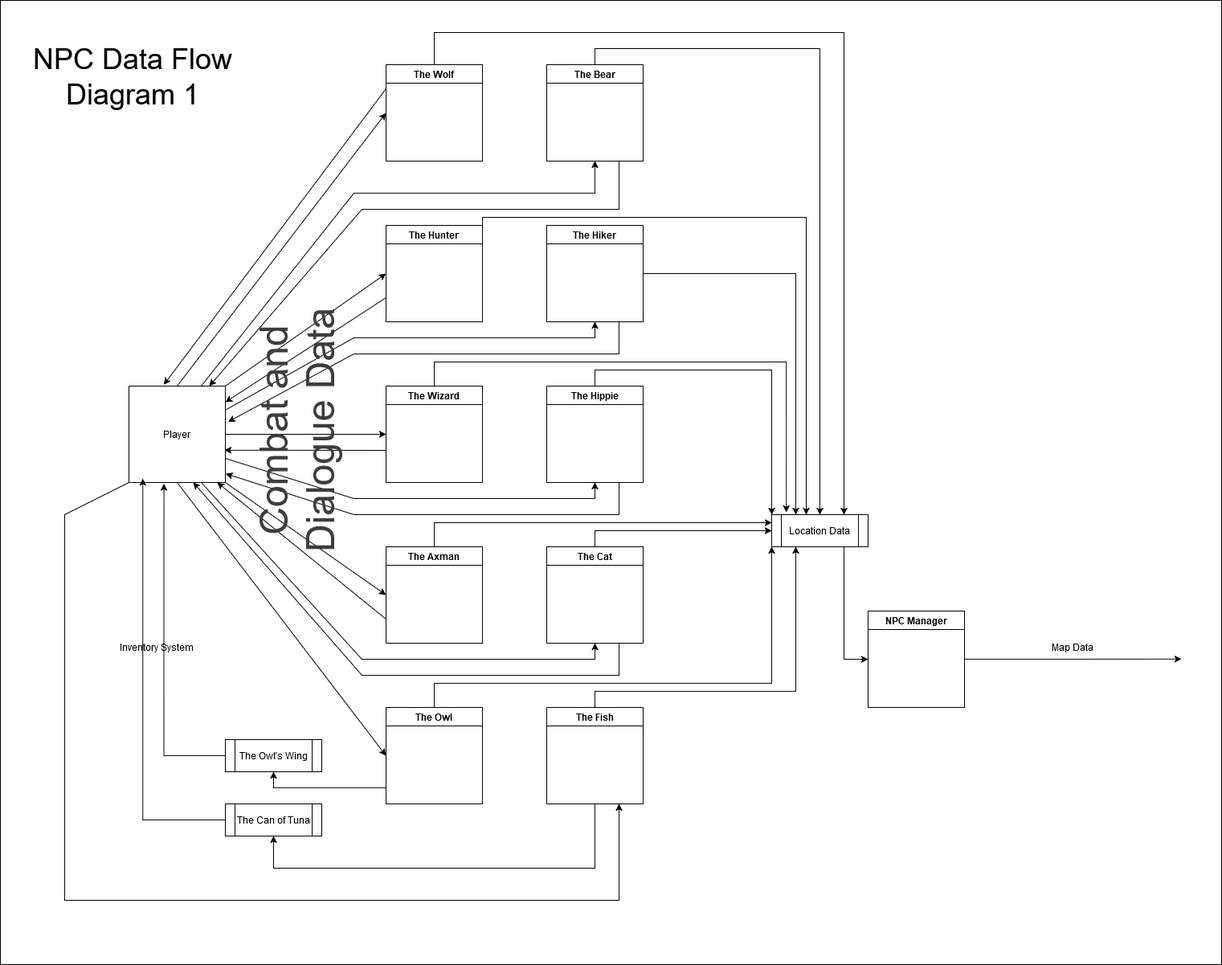
The draw.io diagram Docs/tl2/Todd Carter Works/Todd_Carter_NPC_Data_Flow_Diagram_Level_1.png in GreenSkyGames/Breaking-Red, before a commit. Source tidied: cells renumbered, new cells last; positions are measured from the earlier drawing's top-left corner, leaving out a move shared by most shapes.
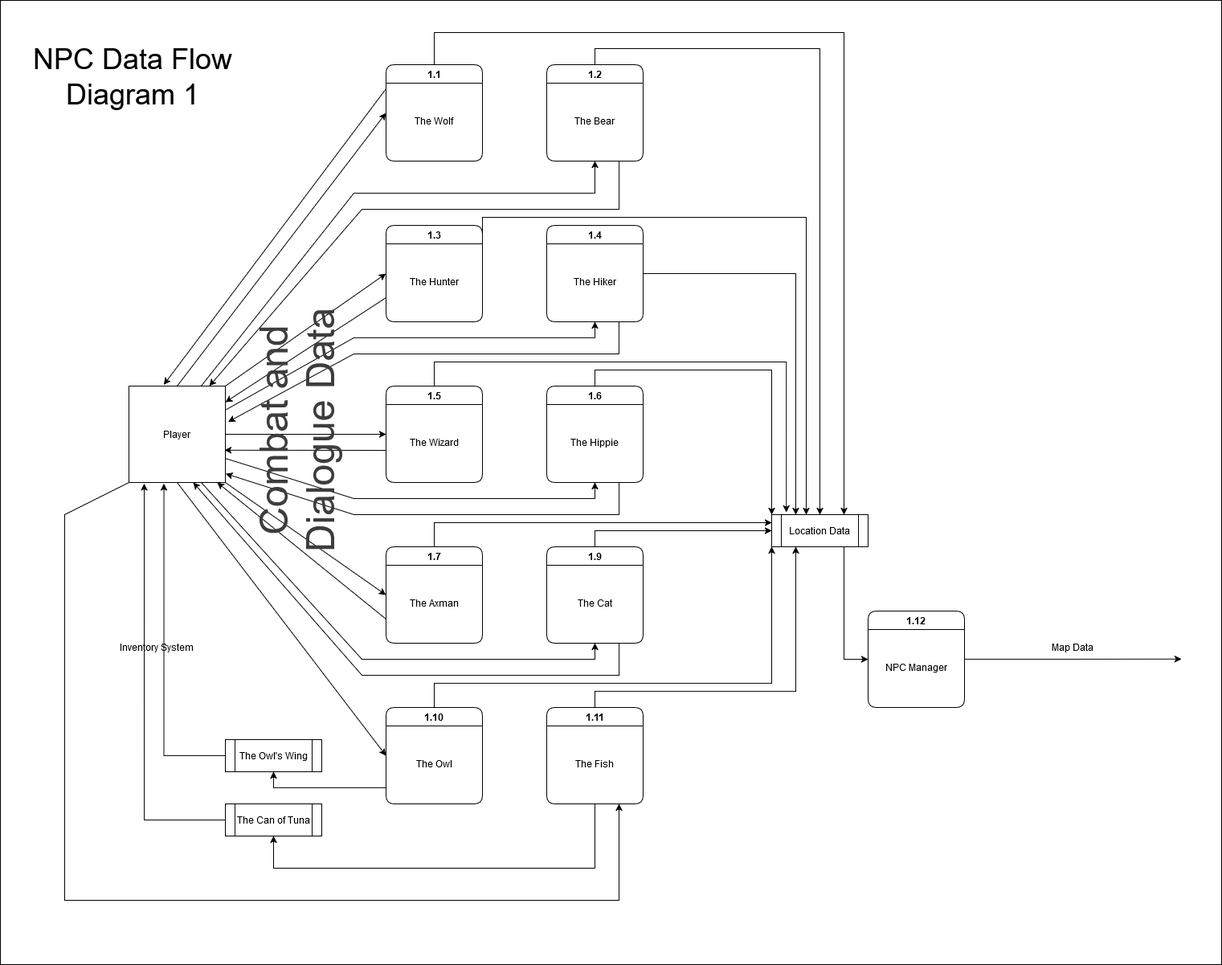
Later version of the same file.

What changed in the source:
```diff
@@ -8,18 +8,24 @@
     <mxCell id="3" value="Player" style="whiteSpace=wrap;html=1;" parent="1" vertex="1">
       <mxGeometry x="160" y="480" width="120" height="120" as="geometry" />
     </mxCell>
-    <mxCell id="4" value="The Hunter" style="swimlane;whiteSpace=wrap;html=1;" parent="1" vertex="1">
+    <mxCell id="4" value="1.3" style="swimlane;whiteSpace=wrap;html=1;rounded=1;" parent="1" vertex="1">
       <mxGeometry x="480" y="280" width="120" height="120" as="geometry" />
     </mxCell>
+    <mxCell id="56" value="The Hunter" style="text;html=1;align=center;verticalAlign=middle;whiteSpace=wrap;rounded=0;" parent="4" vertex="1">
+      <mxGeometry y="20" width="120" height="100" as="geometry" />
+    </mxCell>
-    <mxCell id="5" value="The Wizard" style="swimlane;whiteSpace=wrap;html=1;" parent="1" vertex="1">
+    <mxCell id="5" value="1.5" style="swimlane;whiteSpace=wrap;html=1;rounded=1;" parent="1" vertex="1">
       <mxGeometry x="480" y="480" width="120" height="120" as="geometry" />
     </mxCell>
     <mxCell id="6" style="edgeStyle=orthogonalEdgeStyle;rounded=0;jettySize=auto;html=1;exitX=0.5;exitY=0;exitDx=0;exitDy=0;entryX=0;entryY=0.25;entryDx=0;entryDy=0;" parent="1" edge="1" source="7" target="49">
       <mxGeometry relative="1" as="geometry" />
     </mxCell>
-    <mxCell id="7" value="The Axman" style="swimlane;whiteSpace=wrap;html=1;" parent="1" vertex="1">
+    <mxCell id="7" value="1.7" style="swimlane;whiteSpace=wrap;html=1;rounded=1;" parent="1" vertex="1">
       <mxGeometry x="480" y="680" width="120" height="120" as="geometry" />
     </mxCell>
+    <mxCell id="57" value="The Axman" style="text;html=1;align=center;verticalAlign=middle;whiteSpace=wrap;rounded=0;" parent="7" vertex="1">
+      <mxGeometry y="20" width="120" height="100" as="geometry" />
+    </mxCell>
     <mxCell id="8" style="edgeStyle=orthogonalEdgeStyle;rounded=0;jettySize=auto;html=1;exitX=0.5;exitY=0;exitDx=0;exitDy=0;entryX=0;entryY=1;entryDx=0;entryDy=0;" parent="1" edge="1" source="9" target="49">
       <mxGeometry relative="1" as="geometry">
         <Array as="points">
@@ -28,9 +34,12 @@
         </Array>
       </mxGeometry>
     </mxCell>
-    <mxCell id="9" value="The Owl" style="swimlane;whiteSpace=wrap;html=1;" parent="1" vertex="1">
+    <mxCell id="9" value="1.10" style="swimlane;whiteSpace=wrap;html=1;rounded=1;" parent="1" vertex="1">
       <mxGeometry x="480" y="880" width="120" height="120" as="geometry" />
     </mxCell>
+    <mxCell id="58" value="The Owl" style="text;html=1;align=center;verticalAlign=middle;whiteSpace=wrap;rounded=0;" parent="9" vertex="1">
+      <mxGeometry y="20" width="120" height="100" as="geometry" />
+    </mxCell>
     <mxCell id="10" style="edgeStyle=orthogonalEdgeStyle;rounded=0;jettySize=auto;html=1;exitX=0.5;exitY=0;exitDx=0;exitDy=0;entryX=0.25;entryY=1;entryDx=0;entryDy=0;" parent="1" edge="1" source="11" target="49">
       <mxGeometry relative="1" as="geometry">
         <Array as="points">
@@ -39,33 +48,48 @@
         </Array>
       </mxGeometry>
     </mxCell>
-    <mxCell id="11" value="The Fish" style="swimlane;whiteSpace=wrap;html=1;" parent="1" vertex="1">
+    <mxCell id="11" value="1.11" style="swimlane;whiteSpace=wrap;html=1;rounded=1;" parent="1" vertex="1">
       <mxGeometry x="680" y="880" width="120" height="120" as="geometry" />
     </mxCell>
+    <mxCell id="59" value="The Fish" style="text;html=1;align=center;verticalAlign=middle;whiteSpace=wrap;rounded=0;" parent="11" vertex="1">
+      <mxGeometry y="20" width="120" height="100" as="geometry" />
+    </mxCell>
     <mxCell id="12" style="edgeStyle=orthogonalEdgeStyle;rounded=0;jettySize=auto;html=1;exitX=0.5;exitY=0;exitDx=0;exitDy=0;entryX=0;entryY=0.5;entryDx=0;entryDy=0;" parent="1" edge="1" source="13" target="49">
       <mxGeometry relative="1" as="geometry" />
     </mxCell>
-    <mxCell id="13" value="The Cat" style="swimlane;whiteSpace=wrap;html=1;" parent="1" vertex="1">
+    <mxCell id="13" value="1.9" style="swimlane;whiteSpace=wrap;html=1;rounded=1;" parent="1" vertex="1">
       <mxGeometry x="680" y="680" width="120" height="120" as="geometry" />
     </mxCell>
+    <mxCell id="60" value="The Cat" style="text;html=1;align=center;verticalAlign=middle;whiteSpace=wrap;rounded=0;" parent="13" vertex="1">
+      <mxGeometry y="20" width="120" height="100" as="geometry" />
+    </mxCell>
     <mxCell id="14" style="edgeStyle=orthogonalEdgeStyle;rounded=0;jettySize=auto;html=1;exitX=0.5;exitY=0;exitDx=0;exitDy=0;entryX=0;entryY=0;entryDx=0;entryDy=0;" parent="1" edge="1" source="15" target="49">
       <mxGeometry relative="1" as="geometry" />
     </mxCell>
-    <mxCell id="15" value="The Hippie" style="swimlane;whiteSpace=wrap;html=1;" parent="1" vertex="1">
+    <mxCell id="15" value="1.6" style="swimlane;whiteSpace=wrap;html=1;rounded=1;" parent="1" vertex="1">
       <mxGeometry x="680" y="480" width="120" height="120" as="geometry" />
     </mxCell>
+    <mxCell id="61" value="The Hippie" style="text;html=1;align=center;verticalAlign=middle;whiteSpace=wrap;rounded=0;" parent="15" vertex="1">
+      <mxGeometry y="20" width="120" height="100" as="geometry" />
+    </mxCell>
     <mxCell id="16" style="edgeStyle=orthogonalEdgeStyle;rounded=0;jettySize=auto;html=1;exitX=1;exitY=0.5;exitDx=0;exitDy=0;entryX=0.25;entryY=0;entryDx=0;entryDy=0;" parent="1" edge="1" source="17" target="49">
       <mxGeometry relative="1" as="geometry" />
     </mxCell>
-    <mxCell id="17" value="The Hiker" style="swimlane;whiteSpace=wrap;html=1;" parent="1" vertex="1">
+    <mxCell id="17" value="1.4" style="swimlane;whiteSpace=wrap;html=1;rounded=1;" parent="1" vertex="1">
       <mxGeometry x="680" y="280" width="120" height="120" as="geometry" />
     </mxCell>
+    <mxCell id="62" value="The Hiker" style="text;html=1;align=center;verticalAlign=middle;whiteSpace=wrap;rounded=0;" parent="17" vertex="1">
+      <mxGeometry y="20" width="120" height="100" as="geometry" />
+    </mxCell>
     <mxCell id="18" style="edgeStyle=orthogonalEdgeStyle;rounded=0;jettySize=auto;html=1;exitX=0.5;exitY=0;exitDx=0;exitDy=0;entryX=0.5;entryY=0;entryDx=0;entryDy=0;" parent="1" edge="1" source="19" target="49">
       <mxGeometry relative="1" as="geometry" />
     </mxCell>
-    <mxCell id="19" value="The Bear" style="swimlane;whiteSpace=wrap;html=1;" parent="1" vertex="1">
+    <mxCell id="19" value="1.2" style="swimlane;whiteSpace=wrap;html=1;rounded=1;" parent="1" vertex="1">
       <mxGeometry x="680" y="80" width="120" height="120" as="geometry" />
     </mxCell>
+    <mxCell id="63" value="The Bear" style="text;html=1;align=center;verticalAlign=middle;whiteSpace=wrap;rounded=0;" parent="19" vertex="1">
+      <mxGeometry y="20" width="120" height="100" as="geometry" />
+    </mxCell>
     <mxCell id="20" style="edgeStyle=orthogonalEdgeStyle;rounded=0;jettySize=auto;html=1;exitX=0.5;exitY=0;exitDx=0;exitDy=0;entryX=0.75;entryY=0;entryDx=0;entryDy=0;" parent="1" edge="1" source="21" target="49">
       <mxGeometry relative="1" as="geometry">
         <Array as="points">
@@ -74,16 +98,19 @@
         </Array>
       </mxGeometry>
     </mxCell>
-    <mxCell id="21" value="The Wolf" style="swimlane;whiteSpace=wrap;html=1;" parent="1" vertex="1">
+    <mxCell id="21" value="1.1" style="swimlane;whiteSpace=wrap;html=1;rounded=1;" parent="1" vertex="1">
       <mxGeometry x="480" y="80" width="120" height="120" as="geometry" />
     </mxCell>
+    <mxCell id="64" value="The Wolf" style="text;html=1;align=center;verticalAlign=middle;whiteSpace=wrap;rounded=0;" parent="21" vertex="1">
+      <mxGeometry y="20" width="120" height="100" as="geometry" />
+    </mxCell>
     <mxCell id="22" style="edgeStyle=orthogonalEdgeStyle;rounded=0;jettySize=auto;html=1;exitX=0;exitY=0.5;exitDx=0;exitDy=0;entryX=0.362;entryY=1.012;entryDx=0;entryDy=0;entryPerimeter=0;" parent="1" edge="1" source="23" target="3">
       <mxGeometry relative="1" as="geometry" />
     </mxCell>
     <mxCell id="23" value="The Owl's Wing" style="shape=process;whiteSpace=wrap;html=1;backgroundOutline=1;" parent="1" vertex="1">
       <mxGeometry x="280" y="920" width="120" height="40" as="geometry" />
     </mxCell>
-    <mxCell id="24" style="edgeStyle=orthogonalEdgeStyle;rounded=0;jettySize=auto;html=1;exitX=0;exitY=0.5;exitDx=0;exitDy=0;entryX=0.144;entryY=0.96;entryDx=0;entryDy=0;entryPerimeter=0;" parent="1" edge="1" source="25" target="3">
+    <mxCell id="24" style="edgeStyle=orthogonalEdgeStyle;rounded=0;jettySize=auto;html=1;exitX=0;exitY=0.5;exitDx=0;exitDy=0;entryX=0.158;entryY=1.011;entryDx=0;entryDy=0;entryPerimeter=0;" parent="1" edge="1" source="25" target="3">
       <mxGeometry relative="1" as="geometry" />
     </mxCell>
     <mxCell id="25" value="The Can of Tuna" style="shape=process;whiteSpace=wrap;html=1;backgroundOutline=1;" parent="1" vertex="1">
@@ -218,9 +245,12 @@
         <mxPoint x="1470" y="819.8" as="targetPoint" />
       </mxGeometry>
     </mxCell>
-    <mxCell id="47" value="NPC Manager" style="swimlane;whiteSpace=wrap;html=1;" parent="1" vertex="1">
+    <mxCell id="47" value="1.12" style="swimlane;whiteSpace=wrap;html=1;rounded=1;" parent="1" vertex="1">
       <mxGeometry x="1080" y="760" width="120" height="120" as="geometry" />
     </mxCell>
+    <mxCell id="65" value="NPC Manager" style="text;html=1;align=center;verticalAlign=middle;whiteSpace=wrap;rounded=0;" parent="47" vertex="1">
+      <mxGeometry y="20" width="120" height="100" as="geometry" />
+    </mxCell>
     <mxCell id="48" style="edgeStyle=orthogonalEdgeStyle;rounded=0;jettySize=auto;html=1;exitX=0.75;exitY=1;exitDx=0;exitDy=0;entryX=0;entryY=0.5;entryDx=0;entryDy=0;" parent="1" edge="1" source="49" target="47">
       <mxGeometry relative="1" as="geometry" />
     </mxCell>
@@ -256,5 +286,8 @@
     <mxCell id="55" value="NPC Data Flow Diagram 1" style="text;html=1;align=center;verticalAlign=middle;whiteSpace=wrap;rounded=0;fontSize=36;" parent="1" vertex="1">
       <mxGeometry x="20" y="20" width="290" height="150" as="geometry" />
     </mxCell>
+    <mxCell id="66" value="The Wizard" style="text;html=1;align=center;verticalAlign=middle;whiteSpace=wrap;rounded=0;" parent="1" vertex="1">
+      <mxGeometry x="480" y="500" width="120" height="100" as="geometry" />
+    </mxCell>
   </root>
 </mxGraphModel>
```
